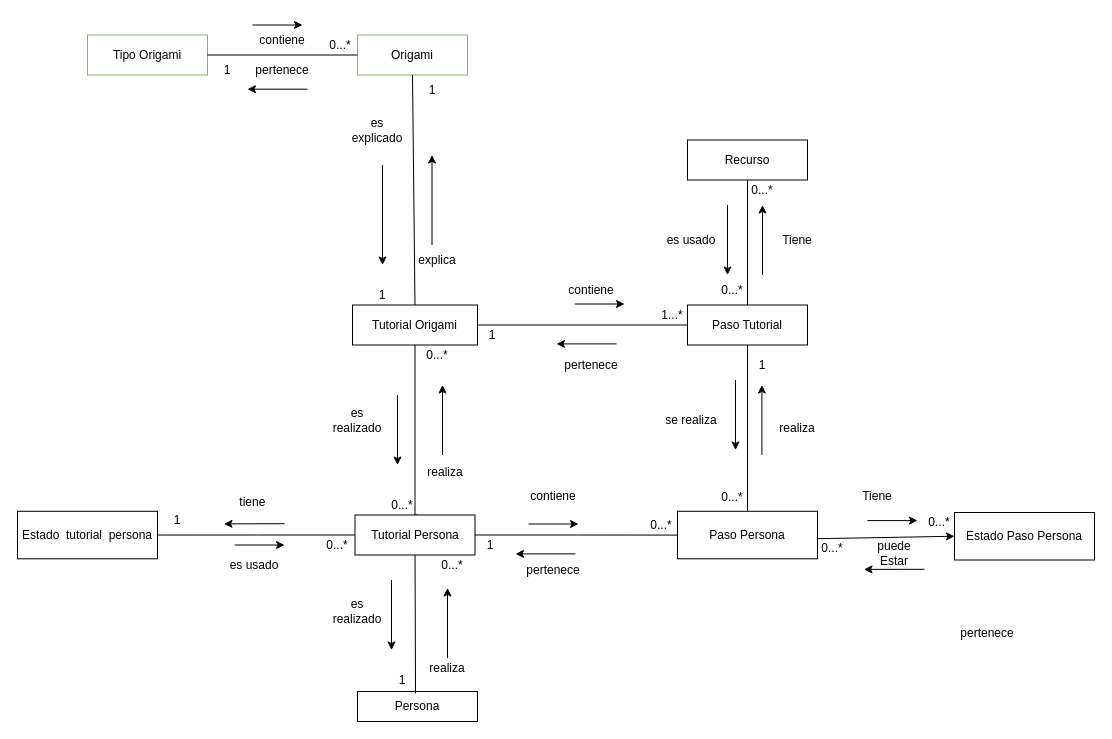
This is ModeloDeDominio3D.drawio from andrescastillo1996/documentacionMundoOrigami, a draw.io file, before an edit. Source tidied: cells renumbered, new cells numbered last; positions are measured from the earlier drawing's top-left corner, leaving out a move shared by most shapes. Both pictures are drawn from the tidied source at 100%, with x=0, y=0 at pixel (17, 25).
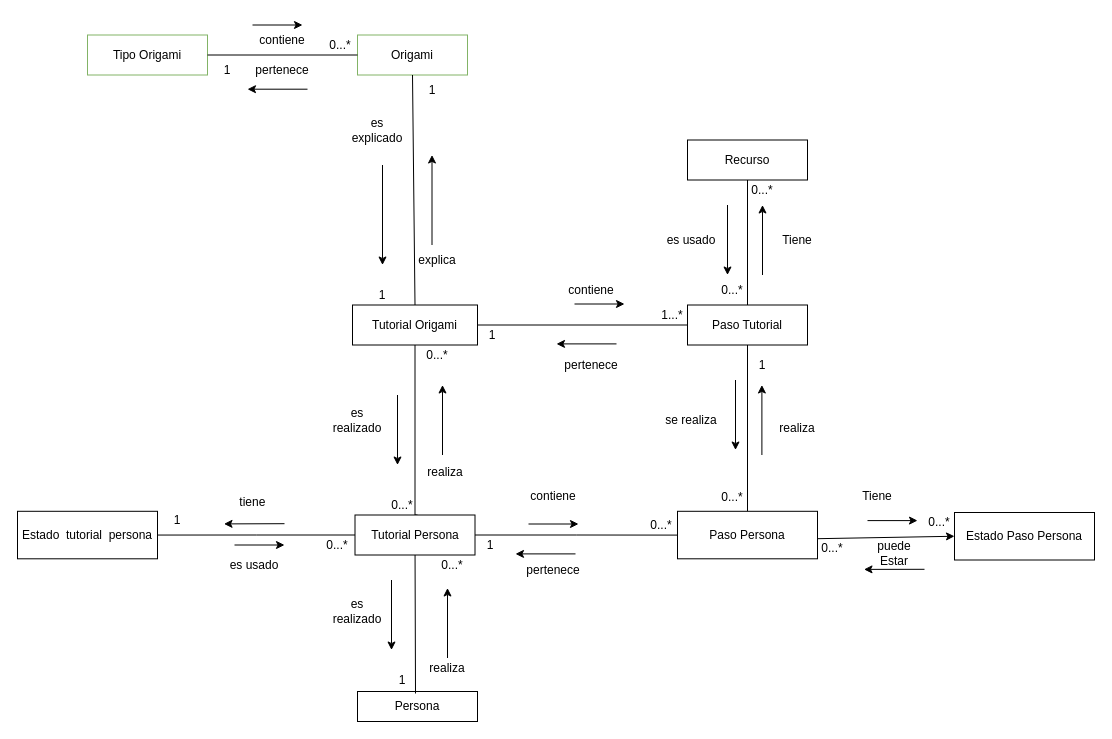
The same page after the edit.

The edit, as a diff of the source:
```diff
@@
-    <mxCell id="77" value="pertenece" style="text;html=1;strokeColor=none;fillColor=none;align=center;verticalAlign=middle;whiteSpace=wrap;rounded=0;" parent="1" vertex="1">
-      <mxGeometry x="940" y="598" width="60" height="20" as="geometry" />
-    </mxCell>
```
